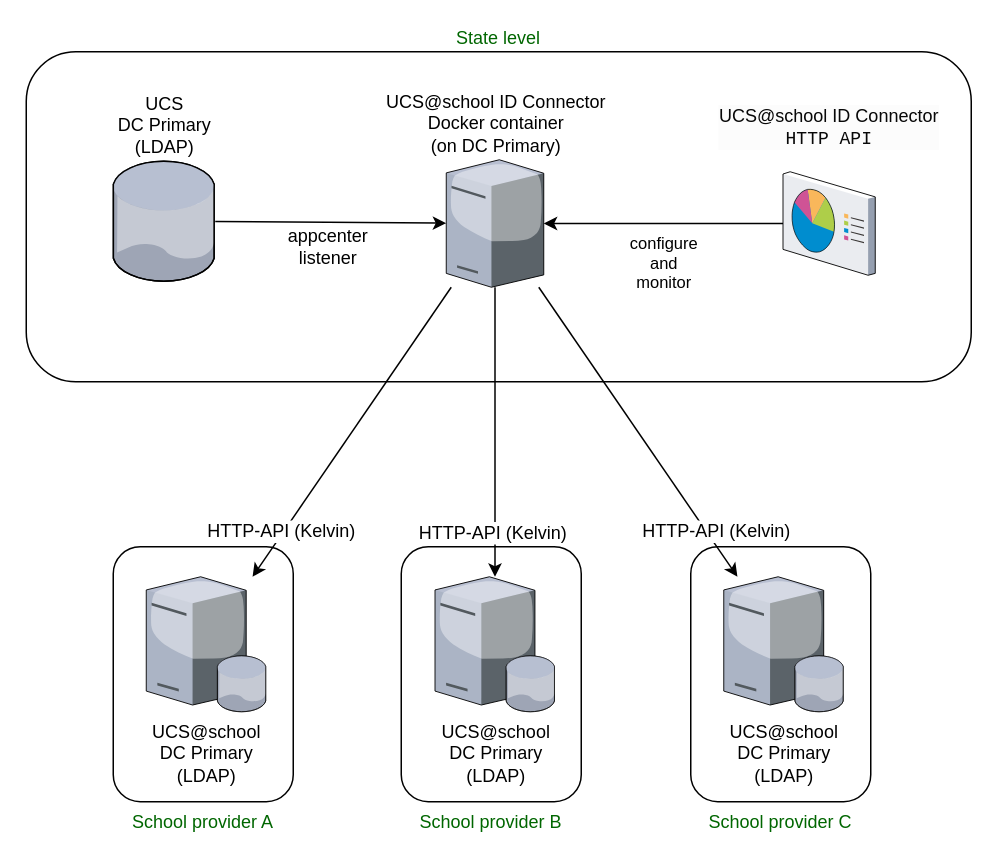
Earlier version of the draw.io diagram docs/images/ucsschool-id-connector_overview_extended.drawio (univention/ucsschool-id-connector). Source tidied: cells renumbered, new cells numbered last; positions are measured from the earlier drawing's top-left corner, leaving out a move shared by most shapes. Both pictures are drawn from the tidied source at 150%, with x=0, y=0 at pixel (26, 51).
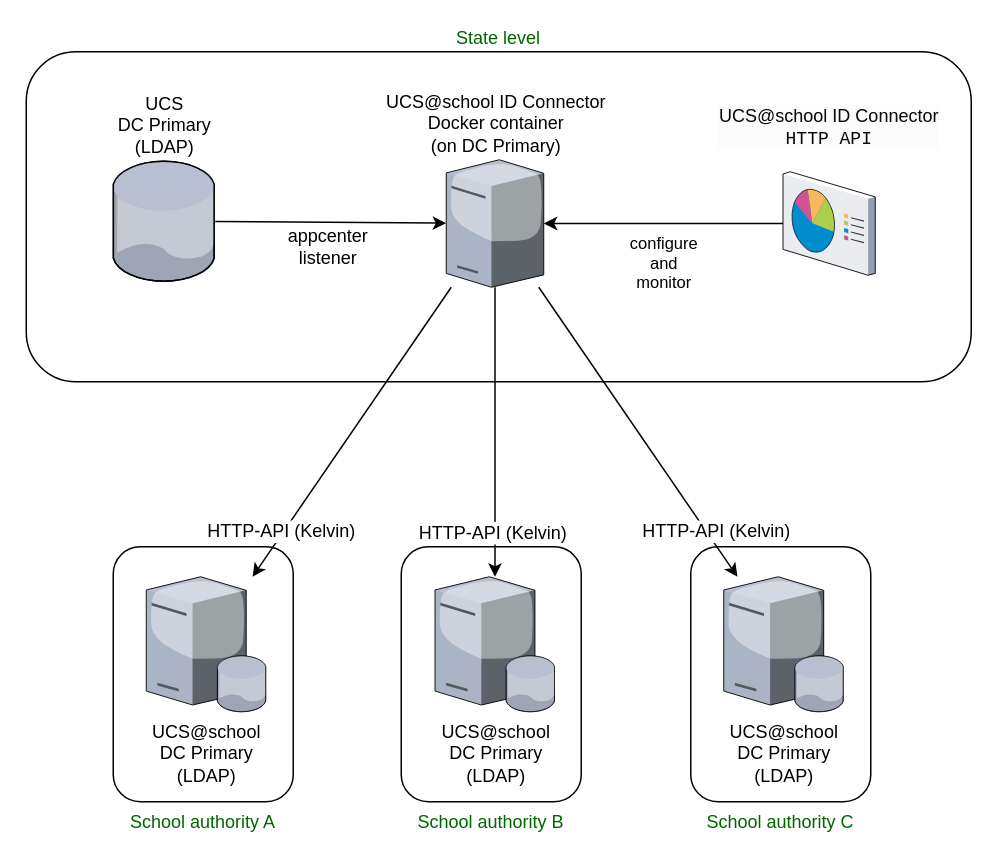
The same page after the edit.

Diff of the diagram source:
```diff
@@
-    <mxCell id="3" value="&lt;span style=&quot;color: rgb(0 , 102 , 0)&quot;&gt;School provider C&lt;/span&gt;" style="rounded=1;whiteSpace=wrap;html=1;labelPosition=center;verticalLabelPosition=bottom;align=center;verticalAlign=top;" parent="1" vertex="1">
+    <mxCell id="3" value="&lt;span style=&quot;color: rgb(0 , 102 , 0)&quot;&gt;School authority C&lt;/span&gt;" style="rounded=1;whiteSpace=wrap;html=1;labelPosition=center;verticalLabelPosition=bottom;align=center;verticalAlign=top;" parent="1" vertex="1">
       <mxGeometry x="443" y="330" width="120" height="170" as="geometry" />
     </mxCell>
-    <mxCell id="4" value="&lt;span style=&quot;color: rgb(0 , 102 , 0)&quot;&gt;School provider B&lt;/span&gt;&lt;font color=&quot;#006600&quot;&gt;&lt;br&gt;&lt;/font&gt;" style="rounded=1;whiteSpace=wrap;html=1;labelPosition=center;verticalLabelPosition=bottom;align=center;verticalAlign=top;" parent="1" vertex="1">
+    <mxCell id="4" value="&lt;span style=&quot;color: rgb(0 , 102 , 0)&quot;&gt;School authority B&lt;/span&gt;&lt;font color=&quot;#006600&quot;&gt;&lt;br&gt;&lt;/font&gt;" style="rounded=1;whiteSpace=wrap;html=1;labelPosition=center;verticalLabelPosition=bottom;align=center;verticalAlign=top;" parent="1" vertex="1">
       <mxGeometry x="250" y="330" width="120" height="170" as="geometry" />
     </mxCell>
-    <mxCell id="5" value="&lt;font color=&quot;#006600&quot;&gt;School provider A&lt;/font&gt;" style="rounded=1;whiteSpace=wrap;html=1;labelPosition=center;verticalLabelPosition=bottom;align=center;verticalAlign=top;" parent="1" vertex="1">
+    <mxCell id="5" value="&lt;font color=&quot;#006600&quot;&gt;School authority A&lt;/font&gt;" style="rounded=1;whiteSpace=wrap;html=1;labelPosition=center;verticalLabelPosition=bottom;align=center;verticalAlign=top;" parent="1" vertex="1">
       <mxGeometry x="58" y="330" width="120" height="170" as="geometry" />
     </mxCell>
```
